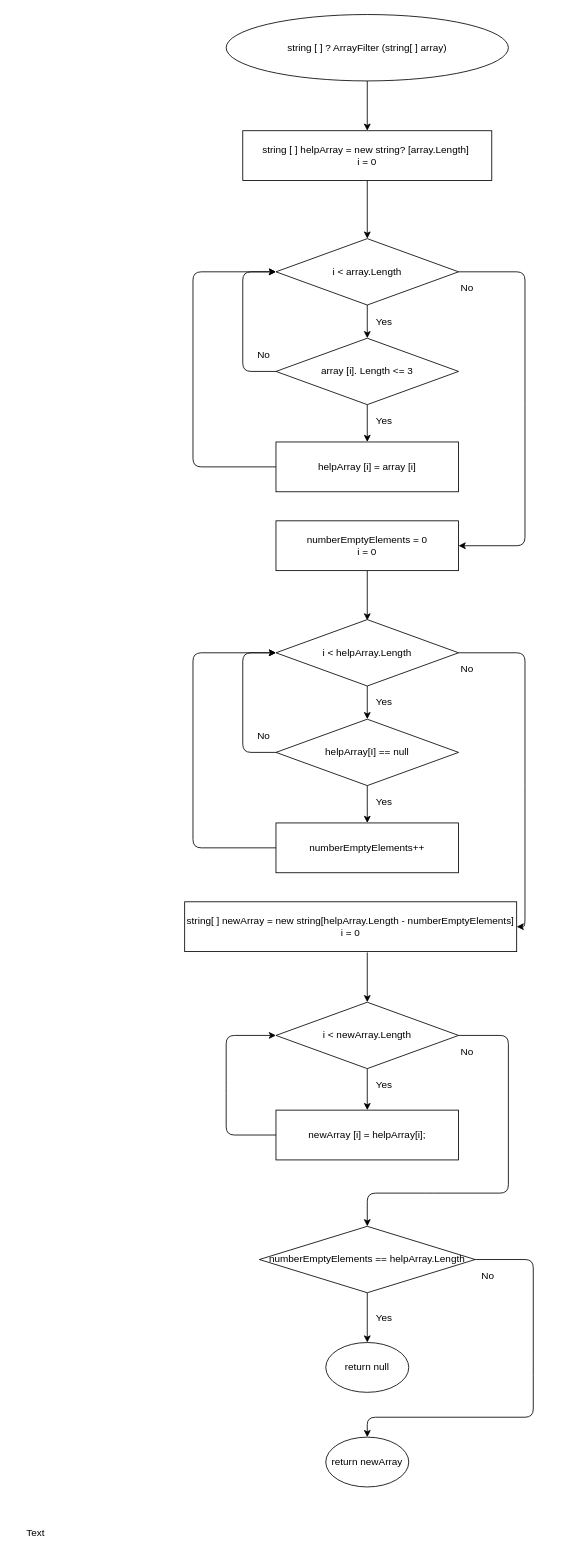
This is block scheme.drawio from Dauka13/Block-results, a draw.io file, before an edit. Source tidied: cells renumbered, new cells numbered last; positions are measured from the earlier drawing's top-left corner, leaving out a move shared by most shapes. Both pictures are drawn from the tidied source at 83%, with x=0, y=0 at pixel (18, 14).
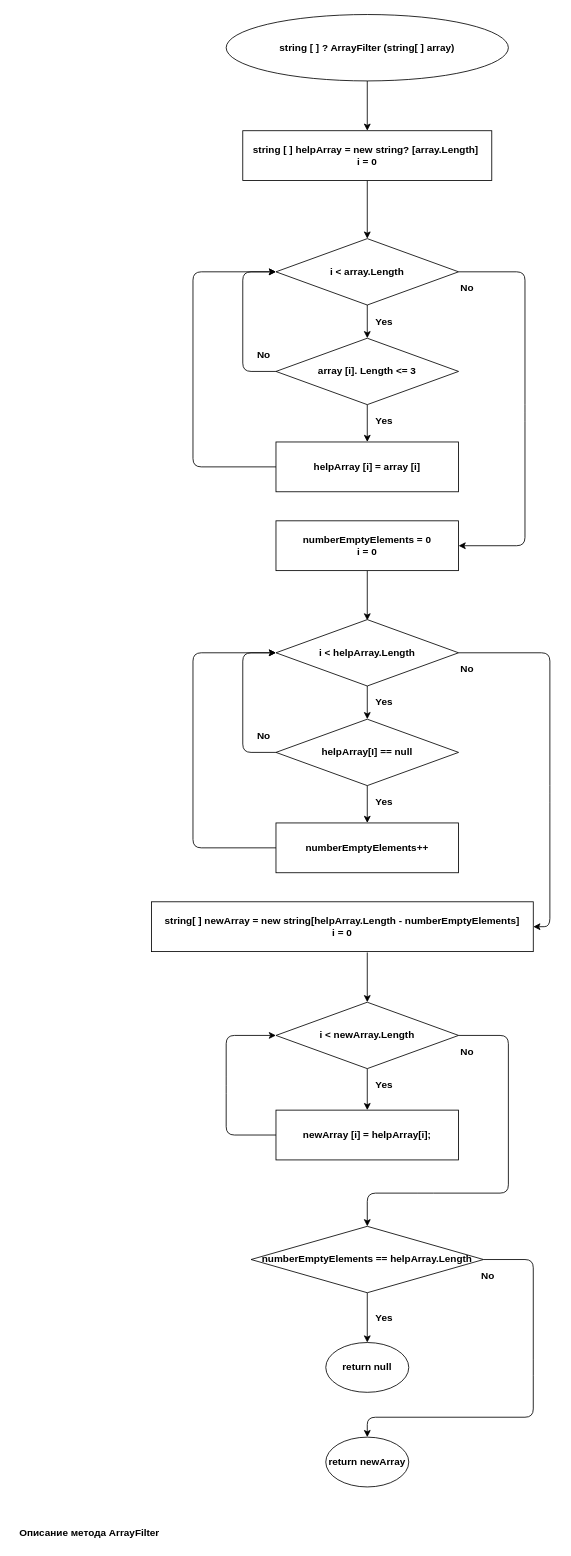
The same diagram, later.

Diff of the diagram source:
```diff
@@
-    <mxCell id="2" style="edgeStyle=none;html=1;" parent="1" edge="1" source="3" target="5">
+    <mxCell id="2" style="edgeStyle=none;html=1;fontStyle=1;" parent="1" edge="1" source="3" target="5">
       <mxGeometry relative="1" as="geometry" />
     </mxCell>
-    <mxCell id="3" value="string [ ] ? ArrayFilter (string[ ] array)" style="ellipse;whiteSpace=wrap;html=1;" parent="1" vertex="1">
+    <mxCell id="3" value="string [ ] ? ArrayFilter (string[ ] array)" style="ellipse;whiteSpace=wrap;html=1;fontStyle=1;" parent="1" vertex="1">
       <mxGeometry x="250" width="340" height="80" as="geometry" />
     </mxCell>
-    <mxCell id="4" style="edgeStyle=none;html=1;" parent="1" edge="1" source="5" target="8">
+    <mxCell id="4" style="edgeStyle=none;html=1;fontStyle=1;" parent="1" edge="1" source="5" target="8">
       <mxGeometry relative="1" as="geometry" />
     </mxCell>
-    <mxCell id="5" value="string [ ] helpArray = new string? [array.Length]&amp;nbsp;&lt;br&gt;i = 0" style="whiteSpace=wrap;html=1;" parent="1" vertex="1">
+    <mxCell id="5" value="string [ ] helpArray = new string? [array.Length]&amp;nbsp;&lt;br&gt;i = 0" style="whiteSpace=wrap;html=1;fontStyle=1;" parent="1" vertex="1">
       <mxGeometry x="270" y="140" width="300" height="60" as="geometry" />
     </mxCell>
-    <mxCell id="6" style="edgeStyle=none;html=1;" parent="1" edge="1" source="8" target="11">
+    <mxCell id="6" style="edgeStyle=none;html=1;fontStyle=1;" parent="1" edge="1" source="8" target="11">
       <mxGeometry relative="1" as="geometry" />
     </mxCell>
-    <mxCell id="7" style="edgeStyle=none;html=1;exitX=1;exitY=0.5;exitDx=0;exitDy=0;entryX=1;entryY=0.5;entryDx=0;entryDy=0;" parent="1" edge="1" source="8" target="19">
+    <mxCell id="7" style="edgeStyle=none;html=1;exitX=1;exitY=0.5;exitDx=0;exitDy=0;entryX=1;entryY=0.5;entryDx=0;entryDy=0;fontStyle=1;" parent="1" edge="1" source="8" target="19">
       <mxGeometry relative="1" as="geometry">
         <Array as="points">
           <mxPoint x="610" y="310" />
           <mxPoint x="610" y="480" />
           <mxPoint x="610" y="640" />
         </Array>
       </mxGeometry>
     </mxCell>
-    <mxCell id="8" value="i &amp;lt; array.Length" style="rhombus;whiteSpace=wrap;html=1;" parent="1" vertex="1">
+    <mxCell id="8" value="i &amp;lt; array.Length" style="rhombus;whiteSpace=wrap;html=1;fontStyle=1;" parent="1" vertex="1">
       <mxGeometry x="310" y="270" width="220" height="80" as="geometry" />
     </mxCell>
-    <mxCell id="9" style="edgeStyle=none;html=1;exitX=0;exitY=0.5;exitDx=0;exitDy=0;entryX=0;entryY=0.5;entryDx=0;entryDy=0;" parent="1" edge="1" source="11" target="8">
+    <mxCell id="9" style="edgeStyle=none;html=1;exitX=0;exitY=0.5;exitDx=0;exitDy=0;entryX=0;entryY=0.5;entryDx=0;entryDy=0;fontStyle=1;" parent="1" edge="1" source="11" target="8">
       <mxGeometry relative="1" as="geometry">
         <Array as="points">
           <mxPoint x="270" y="430" />
           <mxPoint x="270" y="310" />
         </Array>
       </mxGeometry>
     </mxCell>
-    <mxCell id="10" style="edgeStyle=none;html=1;" parent="1" edge="1" source="11" target="16">
+    <mxCell id="10" style="edgeStyle=none;html=1;fontStyle=1;" parent="1" edge="1" source="11" target="16">
       <mxGeometry relative="1" as="geometry" />
     </mxCell>
-    <mxCell id="11" value="array [i]. Length &amp;lt;= 3" style="rhombus;whiteSpace=wrap;html=1;" parent="1" vertex="1">
+    <mxCell id="11" value="array [i]. Length &amp;lt;= 3" style="rhombus;whiteSpace=wrap;html=1;fontStyle=1;" parent="1" vertex="1">
       <mxGeometry x="310" y="390" width="220" height="80" as="geometry" />
     </mxCell>
-    <mxCell id="12" value="Yes" style="text;html=1;align=center;verticalAlign=middle;strokeColor=none;fillColor=none;" parent="1" vertex="1">
+    <mxCell id="12" value="Yes" style="text;html=1;align=center;verticalAlign=middle;strokeColor=none;fillColor=none;fontStyle=1;" parent="1" vertex="1">
       <mxGeometry x="420" y="360" width="40" height="20" as="geometry" />
     </mxCell>
-    <mxCell id="13" value="No" style="text;html=1;align=center;verticalAlign=middle;strokeColor=none;fillColor=none;" parent="1" vertex="1">
+    <mxCell id="13" value="No" style="text;html=1;align=center;verticalAlign=middle;strokeColor=none;fillColor=none;fontStyle=1;" parent="1" vertex="1">
       <mxGeometry x="280" y="400" width="30" height="20" as="geometry" />
     </mxCell>
-    <mxCell id="14" value="No" style="text;html=1;align=center;verticalAlign=middle;strokeColor=none;fillColor=none;" parent="1" vertex="1">
+    <mxCell id="14" value="No" style="text;html=1;align=center;verticalAlign=middle;strokeColor=none;fillColor=none;fontStyle=1;" parent="1" vertex="1">
       <mxGeometry x="525" y="320" width="30" height="20" as="geometry" />
     </mxCell>
-    <mxCell id="15" style="edgeStyle=none;html=1;exitX=0;exitY=0.5;exitDx=0;exitDy=0;" parent="1" edge="1" source="16">
+    <mxCell id="15" style="edgeStyle=none;html=1;exitX=0;exitY=0.5;exitDx=0;exitDy=0;fontStyle=1;" parent="1" edge="1" source="16">
       <mxGeometry relative="1" as="geometry">
         <mxPoint x="310" y="310" as="targetPoint" />
         <Array as="points">
           <mxPoint x="210" y="545" />
           <mxPoint x="210" y="310" />
         </Array>
       </mxGeometry>
     </mxCell>
-    <mxCell id="16" value="helpArray [i] = array [i]" style="whiteSpace=wrap;html=1;" parent="1" vertex="1">
+    <mxCell id="16" value="helpArray [i] = array [i]" style="whiteSpace=wrap;html=1;fontStyle=1;" parent="1" vertex="1">
       <mxGeometry x="310" y="515" width="220" height="60" as="geometry" />
     </mxCell>
-    <mxCell id="17" value="Yes" style="text;html=1;align=center;verticalAlign=middle;strokeColor=none;fillColor=none;" parent="1" vertex="1">
+    <mxCell id="17" value="Yes" style="text;html=1;align=center;verticalAlign=middle;strokeColor=none;fillColor=none;fontStyle=1;" parent="1" vertex="1">
       <mxGeometry x="420" y="480" width="40" height="20" as="geometry" />
     </mxCell>
-    <mxCell id="18" style="edgeStyle=none;html=1;" parent="1" edge="1" source="19">
+    <mxCell id="18" style="edgeStyle=none;html=1;fontStyle=1;" parent="1" edge="1" source="19">
       <mxGeometry relative="1" as="geometry">
         <mxPoint x="420" y="730" as="targetPoint" />
       </mxGeometry>
     </mxCell>
-    <mxCell id="19" value="numberEmptyElements = 0&lt;br&gt;i = 0" style="whiteSpace=wrap;html=1;" parent="1" vertex="1">
+    <mxCell id="19" value="numberEmptyElements = 0&lt;br&gt;i = 0" style="whiteSpace=wrap;html=1;fontStyle=1;" parent="1" vertex="1">
       <mxGeometry x="310" y="610" width="220" height="60" as="geometry" />
     </mxCell>
-    <mxCell id="20" style="edgeStyle=none;html=1;" parent="1" edge="1" source="22" target="25">
+    <mxCell id="20" style="edgeStyle=none;html=1;fontStyle=1;" parent="1" edge="1" source="22" target="25">
       <mxGeometry relative="1" as="geometry" />
     </mxCell>
-    <mxCell id="21" style="edgeStyle=none;html=1;exitX=1;exitY=0.5;exitDx=0;exitDy=0;entryX=1;entryY=0.5;entryDx=0;entryDy=0;" parent="1" edge="1" source="22" target="33">
+    <mxCell id="21" style="edgeStyle=none;html=1;exitX=1;exitY=0.5;exitDx=0;exitDy=0;entryX=1;entryY=0.5;entryDx=0;entryDy=0;fontStyle=1;" parent="1" edge="1" source="22" target="33">
       <mxGeometry relative="1" as="geometry">
         <Array as="points">
-          <mxPoint x="610" y="769" />
-          <mxPoint x="610" y="939" />
-          <mxPoint x="610" y="1099" />
+          <mxPoint x="640" y="769" />
+          <mxPoint x="640" y="939" />
+          <mxPoint x="640" y="1099" />
         </Array>
       </mxGeometry>
     </mxCell>
-    <mxCell id="22" value="i &amp;lt; helpArray.Length" style="rhombus;whiteSpace=wrap;html=1;" parent="1" vertex="1">
+    <mxCell id="22" value="i &amp;lt; helpArray.Length" style="rhombus;whiteSpace=wrap;html=1;fontStyle=1;" parent="1" vertex="1">
       <mxGeometry x="310" y="729" width="220" height="80" as="geometry" />
     </mxCell>
-    <mxCell id="23" style="edgeStyle=none;html=1;exitX=0;exitY=0.5;exitDx=0;exitDy=0;entryX=0;entryY=0.5;entryDx=0;entryDy=0;" parent="1" edge="1" source="25" target="22">
+    <mxCell id="23" style="edgeStyle=none;html=1;exitX=0;exitY=0.5;exitDx=0;exitDy=0;entryX=0;entryY=0.5;entryDx=0;entryDy=0;fontStyle=1;" parent="1" edge="1" source="25" target="22">
       <mxGeometry relative="1" as="geometry">
         <Array as="points">
           <mxPoint x="270" y="889" />
           <mxPoint x="270" y="769" />
         </Array>
       </mxGeometry>
     </mxCell>
-    <mxCell id="24" style="edgeStyle=none;html=1;" parent="1" edge="1" source="25" target="30">
+    <mxCell id="24" style="edgeStyle=none;html=1;fontStyle=1;" parent="1" edge="1" source="25" target="30">
       <mxGeometry relative="1" as="geometry" />
     </mxCell>
-    <mxCell id="25" value="helpArray[I] == null" style="rhombus;whiteSpace=wrap;html=1;" parent="1" vertex="1">
+    <mxCell id="25" value="helpArray[I] == null" style="rhombus;whiteSpace=wrap;html=1;fontStyle=1;" parent="1" vertex="1">
       <mxGeometry x="310" y="849" width="220" height="80" as="geometry" />
     </mxCell>
-    <mxCell id="26" value="Yes" style="text;html=1;align=center;verticalAlign=middle;strokeColor=none;fillColor=none;" parent="1" vertex="1">
+    <mxCell id="26" value="Yes" style="text;html=1;align=center;verticalAlign=middle;strokeColor=none;fillColor=none;fontStyle=1;" parent="1" vertex="1">
       <mxGeometry x="420" y="819" width="40" height="20" as="geometry" />
     </mxCell>
-    <mxCell id="27" value="No" style="text;html=1;align=center;verticalAlign=middle;strokeColor=none;fillColor=none;" parent="1" vertex="1">
+    <mxCell id="27" value="No" style="text;html=1;align=center;verticalAlign=middle;strokeColor=none;fillColor=none;fontStyle=1;" parent="1" vertex="1">
       <mxGeometry x="280" y="859" width="30" height="20" as="geometry" />
     </mxCell>
-    <mxCell id="28" value="No" style="text;html=1;align=center;verticalAlign=middle;strokeColor=none;fillColor=none;" parent="1" vertex="1">
+    <mxCell id="28" value="No" style="text;html=1;align=center;verticalAlign=middle;strokeColor=none;fillColor=none;fontStyle=1;" parent="1" vertex="1">
       <mxGeometry x="525" y="779" width="30" height="20" as="geometry" />
     </mxCell>
-    <mxCell id="29" style="edgeStyle=none;html=1;exitX=0;exitY=0.5;exitDx=0;exitDy=0;" parent="1" edge="1" source="30">
+    <mxCell id="29" style="edgeStyle=none;html=1;exitX=0;exitY=0.5;exitDx=0;exitDy=0;fontStyle=1;" parent="1" edge="1" source="30">
       <mxGeometry relative="1" as="geometry">
         <mxPoint x="310" y="769" as="targetPoint" />
         <Array as="points">
           <mxPoint x="210" y="1004" />
           <mxPoint x="210" y="769" />
         </Array>
       </mxGeometry>
     </mxCell>
-    <mxCell id="30" value="numberEmptyElements++" style="whiteSpace=wrap;html=1;" parent="1" vertex="1">
+    <mxCell id="30" value="numberEmptyElements++" style="whiteSpace=wrap;html=1;fontStyle=1;" parent="1" vertex="1">
       <mxGeometry x="310" y="974" width="220" height="60" as="geometry" />
     </mxCell>
-    <mxCell id="31" value="Yes" style="text;html=1;align=center;verticalAlign=middle;strokeColor=none;fillColor=none;" parent="1" vertex="1">
+    <mxCell id="31" value="Yes" style="text;html=1;align=center;verticalAlign=middle;strokeColor=none;fillColor=none;fontStyle=1;" parent="1" vertex="1">
       <mxGeometry x="420" y="939" width="40" height="20" as="geometry" />
     </mxCell>
-    <mxCell id="32" style="edgeStyle=none;html=1;" parent="1" edge="1" target="36">
+    <mxCell id="32" style="edgeStyle=none;html=1;fontStyle=1;" parent="1" edge="1" target="36">
       <mxGeometry relative="1" as="geometry">
         <mxPoint x="420" y="1130" as="sourcePoint" />
       </mxGeometry>
     </mxCell>
-    <mxCell id="33" value="string[ ] newArray = new string[helpArray.Length - numberEmptyElements]&lt;br&gt;i = 0" style="whiteSpace=wrap;html=1;" parent="1" vertex="1">
-      <mxGeometry x="200" y="1069" width="400" height="60" as="geometry" />
+    <mxCell id="33" value="string[ ] newArray = new string[helpArray.Length - numberEmptyElements]&lt;br&gt;i = 0" style="whiteSpace=wrap;html=1;fontStyle=1;" parent="1" vertex="1">
+      <mxGeometry x="160" y="1069" width="460" height="60" as="geometry" />
     </mxCell>
-    <mxCell id="34" style="edgeStyle=none;html=1;" parent="1" edge="1" source="36" target="38">
+    <mxCell id="34" style="edgeStyle=none;html=1;fontStyle=1;" parent="1" edge="1" source="36" target="38">
       <mxGeometry relative="1" as="geometry" />
     </mxCell>
-    <mxCell id="35" style="edgeStyle=none;html=1;exitX=1;exitY=0.5;exitDx=0;exitDy=0;entryX=0.5;entryY=0;entryDx=0;entryDy=0;" parent="1" edge="1" source="36" target="43">
+    <mxCell id="35" style="edgeStyle=none;html=1;exitX=1;exitY=0.5;exitDx=0;exitDy=0;entryX=0.5;entryY=0;entryDx=0;entryDy=0;fontStyle=1;" parent="1" edge="1" source="36" target="43">
       <mxGeometry relative="1" as="geometry">
         <Array as="points">
           <mxPoint x="590" y="1230" />
           <mxPoint x="590" y="1420" />
           <mxPoint x="490" y="1420" />
           <mxPoint x="420" y="1420" />
         </Array>
       </mxGeometry>
     </mxCell>
-    <mxCell id="36" value="i &amp;lt; newArray.Length" style="rhombus;whiteSpace=wrap;html=1;" parent="1" vertex="1">
+    <mxCell id="36" value="i &amp;lt; newArray.Length" style="rhombus;whiteSpace=wrap;html=1;fontStyle=1;" parent="1" vertex="1">
       <mxGeometry x="310" y="1190" width="220" height="80" as="geometry" />
     </mxCell>
-    <mxCell id="37" style="edgeStyle=none;html=1;exitX=0;exitY=0.5;exitDx=0;exitDy=0;entryX=0;entryY=0.5;entryDx=0;entryDy=0;" parent="1" edge="1" source="38" target="36">
+    <mxCell id="37" style="edgeStyle=none;html=1;exitX=0;exitY=0.5;exitDx=0;exitDy=0;entryX=0;entryY=0.5;entryDx=0;entryDy=0;fontStyle=1;" parent="1" edge="1" source="38" target="36">
       <mxGeometry relative="1" as="geometry">
         <Array as="points">
           <mxPoint x="250" y="1350" />
           <mxPoint x="250" y="1290" />
           <mxPoint x="250" y="1230" />
         </Array>
       </mxGeometry>
     </mxCell>
-    <mxCell id="38" value="newArray [i] = helpArray[i];" style="whiteSpace=wrap;html=1;" parent="1" vertex="1">
+    <mxCell id="38" value="newArray [i] = helpArray[i];" style="whiteSpace=wrap;html=1;fontStyle=1;" parent="1" vertex="1">
       <mxGeometry x="310" y="1320" width="220" height="60" as="geometry" />
     </mxCell>
-    <mxCell id="39" value="Yes" style="text;html=1;align=center;verticalAlign=middle;strokeColor=none;fillColor=none;" parent="1" vertex="1">
+    <mxCell id="39" value="Yes" style="text;html=1;align=center;verticalAlign=middle;strokeColor=none;fillColor=none;fontStyle=1;" parent="1" vertex="1">
       <mxGeometry x="420" y="1280" width="40" height="20" as="geometry" />
     </mxCell>
-    <mxCell id="40" value="No" style="text;html=1;align=center;verticalAlign=middle;strokeColor=none;fillColor=none;" parent="1" vertex="1">
+    <mxCell id="40" value="No" style="text;html=1;align=center;verticalAlign=middle;strokeColor=none;fillColor=none;fontStyle=1;" parent="1" vertex="1">
       <mxGeometry x="525" y="1240" width="30" height="20" as="geometry" />
     </mxCell>
-    <mxCell id="41" style="edgeStyle=none;html=1;" parent="1" edge="1" source="43" target="44">
+    <mxCell id="41" style="edgeStyle=none;html=1;fontStyle=1;" parent="1" edge="1" source="43" target="44">
       <mxGeometry relative="1" as="geometry" />
     </mxCell>
-    <mxCell id="42" style="edgeStyle=none;html=1;exitX=1;exitY=0.5;exitDx=0;exitDy=0;entryX=0.5;entryY=0;entryDx=0;entryDy=0;" parent="1" edge="1" source="43" target="47">
+    <mxCell id="42" style="edgeStyle=none;html=1;exitX=1;exitY=0.5;exitDx=0;exitDy=0;entryX=0.5;entryY=0;entryDx=0;entryDy=0;fontStyle=1;" parent="1" edge="1" source="43" target="47">
       <mxGeometry relative="1" as="geometry">
         <Array as="points">
           <mxPoint x="620" y="1500" />
           <mxPoint x="620" y="1630" />
           <mxPoint x="620" y="1690" />
           <mxPoint x="420" y="1690" />
         </Array>
       </mxGeometry>
     </mxCell>
-    <mxCell id="43" value="numberEmptyElements == helpArray.Length" style="rhombus;whiteSpace=wrap;html=1;" parent="1" vertex="1">
-      <mxGeometry x="290" y="1460" width="260" height="80" as="geometry" />
+    <mxCell id="43" value="numberEmptyElements == helpArray.Length" style="rhombus;whiteSpace=wrap;html=1;fontStyle=1;" parent="1" vertex="1">
+      <mxGeometry x="280" y="1460" width="280" height="80" as="geometry" />
     </mxCell>
-    <mxCell id="44" value="return null" style="ellipse;whiteSpace=wrap;html=1;" parent="1" vertex="1">
+    <mxCell id="44" value="return null" style="ellipse;whiteSpace=wrap;html=1;fontStyle=1;" parent="1" vertex="1">
       <mxGeometry x="370" y="1600" width="100" height="60" as="geometry" />
     </mxCell>
-    <mxCell id="45" value="Yes" style="text;html=1;align=center;verticalAlign=middle;strokeColor=none;fillColor=none;" parent="1" vertex="1">
+    <mxCell id="45" value="Yes" style="text;html=1;align=center;verticalAlign=middle;strokeColor=none;fillColor=none;fontStyle=1;" parent="1" vertex="1">
       <mxGeometry x="420" y="1560" width="40" height="20" as="geometry" />
     </mxCell>
-    <mxCell id="46" value="No" style="text;html=1;align=center;verticalAlign=middle;strokeColor=none;fillColor=none;" parent="1" vertex="1">
+    <mxCell id="46" value="No" style="text;html=1;align=center;verticalAlign=middle;strokeColor=none;fillColor=none;fontStyle=1;" parent="1" vertex="1">
       <mxGeometry x="550" y="1510" width="30" height="20" as="geometry" />
     </mxCell>
-    <mxCell id="47" value="return newArray" style="ellipse;whiteSpace=wrap;html=1;" parent="1" vertex="1">
+    <mxCell id="47" value="return newArray" style="ellipse;whiteSpace=wrap;html=1;fontStyle=1;" parent="1" vertex="1">
       <mxGeometry x="370" y="1714" width="100" height="60" as="geometry" />
     </mxCell>
-    <mxCell id="48" value="Text" style="text;html=1;align=center;verticalAlign=middle;strokeColor=none;fillColor=none;" parent="1" vertex="1">
-      <mxGeometry y="1820" width="40" height="20" as="geometry" />
+    <mxCell id="48" value="Описание метода ArrayFilter" style="text;html=1;align=center;verticalAlign=middle;strokeColor=none;fillColor=none;fontStyle=1;" parent="1" vertex="1">
+      <mxGeometry x="-5" y="1820" width="180" height="20" as="geometry" />
     </mxCell>
```
